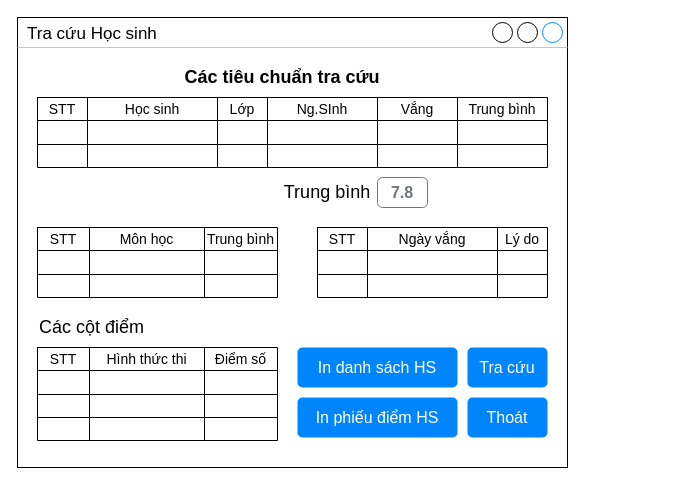
This is SE/C05-MH01.drawio from aspcorenn/docs, a draw.io file, before an edit. Source tidied: cells renumbered, new cells numbered last; positions are measured from the earlier drawing's top-left corner, leaving out a move shared by most shapes. Both pictures are drawn from the tidied source at 100%, with x=0, y=0 at pixel (17, 17).
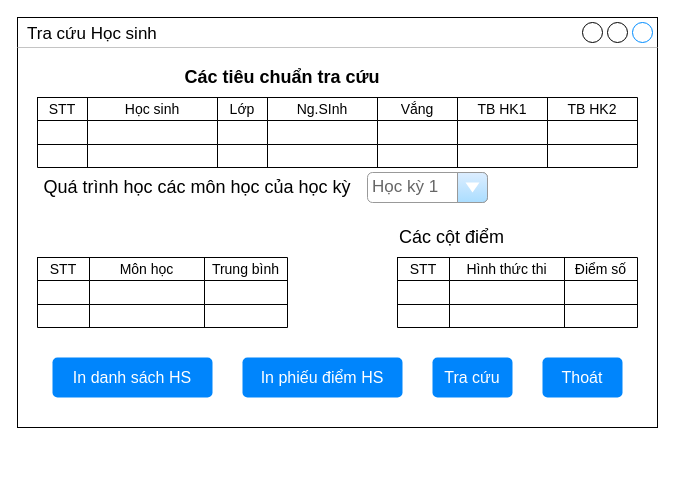
Above is the later version.

The edit, as a diff of the source:
```diff
@@
     <mxCell id="2" value="Tra cứu Học sinh" style="strokeWidth=1;shadow=0;dashed=0;align=center;html=1;shape=mxgraph.mockup.containers.window;align=left;verticalAlign=top;spacingLeft=8;strokeColor2=#008cff;strokeColor3=#c4c4c4;mainText=;fontSize=17;labelBackgroundColor=none;" parent="1" vertex="1">
-      <mxGeometry width="550" height="450" as="geometry" />
+      <mxGeometry width="640" height="410" as="geometry" />
     </mxCell>
@@
     <mxCell id="4" style="shape=table;html=1;whiteSpace=wrap;startSize=0;childLayout=tableLayout;fontSize=18;spacing=1;" parent="1" vertex="1">
-      <mxGeometry x="20" y="80" width="510" height="70" as="geometry" />
+      <mxGeometry x="20" y="80" width="600" height="70" as="geometry" />
     </mxCell>
     <mxCell id="5" style="shape=partialRectangle;html=1;whiteSpace=wrap;fillColor=none;top=0;left=0;bottom=0;right=0;" parent="4" vertex="1">
-      <mxGeometry width="510" height="23" as="geometry" />
+      <mxGeometry width="600" height="23" as="geometry" />
     </mxCell>
@@
-    <mxCell id="11" value="Trung bình" style="shape=partialRectangle;html=1;whiteSpace=wrap;fillColor=none;top=0;left=0;bottom=0;right=0;overflow=hidden;fontSize=14;" parent="5" vertex="1">
+    <mxCell id="11" value="TB HK1" style="shape=partialRectangle;html=1;whiteSpace=wrap;fillColor=none;top=0;left=0;bottom=0;right=0;overflow=hidden;fontSize=14;" parent="5" vertex="1">
       <mxGeometry x="420" width="90" height="23" as="geometry" />
     </mxCell>
+    <mxCell id="76" value="TB HK2" style="shape=partialRectangle;html=1;whiteSpace=wrap;fillColor=none;top=0;left=0;bottom=0;right=0;overflow=hidden;fontSize=14;" parent="5" vertex="1">
+      <mxGeometry x="510" width="90" height="23" as="geometry" />
+    </mxCell>
     <mxCell id="12" style="shape=partialRectangle;html=1;whiteSpace=wrap;fillColor=none;top=0;left=0;bottom=0;right=0;" parent="4" vertex="1">
-      <mxGeometry y="23" width="510" height="24" as="geometry" />
+      <mxGeometry y="23" width="600" height="24" as="geometry" />
     </mxCell>
@@
+    <mxCell id="77" style="shape=partialRectangle;html=1;whiteSpace=wrap;fillColor=none;top=0;left=0;bottom=0;right=0;overflow=hidden;" parent="12" vertex="1">
+      <mxGeometry x="510" width="90" height="24" as="geometry" />
+    </mxCell>
     <mxCell id="19" style="shape=partialRectangle;html=1;whiteSpace=wrap;fillColor=none;top=0;left=0;bottom=0;right=0;" parent="4" vertex="1">
-      <mxGeometry y="47" width="510" height="23" as="geometry" />
+      <mxGeometry y="47" width="600" height="23" as="geometry" />
     </mxCell>
@@
+    <mxCell id="78" style="shape=partialRectangle;html=1;whiteSpace=wrap;fillColor=none;top=0;left=0;bottom=0;right=0;overflow=hidden;" parent="19" vertex="1">
+      <mxGeometry x="510" width="90" height="23" as="geometry" />
+    </mxCell>
-    <mxCell id="26" value="Trung bình" style="text;html=1;strokeColor=none;fillColor=none;align=center;verticalAlign=middle;whiteSpace=wrap;rounded=0;fontSize=18;fontStyle=0;" parent="1" vertex="1">
-      <mxGeometry x="250" y="165" width="120" height="20" as="geometry" />
+    <mxCell id="26" value="Quá trình học các môn học của học kỳ" style="text;html=1;strokeColor=none;fillColor=none;align=center;verticalAlign=middle;whiteSpace=wrap;rounded=0;fontSize=18;fontStyle=0;" parent="1" vertex="1">
+      <mxGeometry x="20" y="160" width="320" height="20" as="geometry" />
     </mxCell>
-    <mxCell id="27" value="7.8" style="html=1;shadow=0;dashed=0;shape=mxgraph.bootstrap.rrect;rSize=5;strokeColor=#6C767D;strokeWidth=1;fillColor=none;fontColor=#6C767D;whiteSpace=wrap;align=center;verticalAlign=middle;spacingLeft=0;fontStyle=1;fontSize=16;spacing=5;" parent="1" vertex="1">
-      <mxGeometry x="360" y="160" width="50" height="30" as="geometry" />
-    </mxCell>
     <mxCell id="28" style="shape=table;html=1;whiteSpace=wrap;startSize=0;childLayout=tableLayout;fontSize=18;spacing=1;" parent="1" vertex="1">
-      <mxGeometry x="20" y="210" width="240" height="70" as="geometry" />
+      <mxGeometry x="20" y="240" width="250" height="70" as="geometry" />
     </mxCell>
     <mxCell id="29" style="shape=partialRectangle;html=1;whiteSpace=wrap;fillColor=none;top=0;left=0;bottom=0;right=0;" parent="28" vertex="1">
-      <mxGeometry width="240" height="23" as="geometry" />
+      <mxGeometry width="250" height="23" as="geometry" />
     </mxCell>
@@
     <mxCell id="32" value="Trung bình" style="shape=partialRectangle;html=1;whiteSpace=wrap;fillColor=none;top=0;left=0;bottom=0;right=0;overflow=hidden;fontSize=14;" parent="29" vertex="1">
-      <mxGeometry x="167" width="73" height="23" as="geometry" />
+      <mxGeometry x="167" width="83" height="23" as="geometry" />
     </mxCell>
     <mxCell id="33" style="shape=partialRectangle;html=1;whiteSpace=wrap;fillColor=none;top=0;left=0;bottom=0;right=0;" parent="28" vertex="1">
-      <mxGeometry y="23" width="240" height="24" as="geometry" />
+      <mxGeometry y="23" width="250" height="24" as="geometry" />
     </mxCell>
@@
     <mxCell id="36" style="shape=partialRectangle;html=1;whiteSpace=wrap;fillColor=none;top=0;left=0;bottom=0;right=0;overflow=hidden;" parent="33" vertex="1">
-      <mxGeometry x="167" width="73" height="24" as="geometry" />
+      <mxGeometry x="167" width="83" height="24" as="geometry" />
     </mxCell>
     <mxCell id="37" style="shape=partialRectangle;html=1;whiteSpace=wrap;fillColor=none;top=0;left=0;bottom=0;right=0;" parent="28" vertex="1">
-      <mxGeometry y="47" width="240" height="23" as="geometry" />
+      <mxGeometry y="47" width="250" height="23" as="geometry" />
     </mxCell>
@@
     <mxCell id="40" style="shape=partialRectangle;html=1;whiteSpace=wrap;fillColor=none;top=0;left=0;bottom=0;right=0;overflow=hidden;" parent="37" vertex="1">
-      <mxGeometry x="167" width="73" height="23" as="geometry" />
+      <mxGeometry x="167" width="83" height="23" as="geometry" />
     </mxCell>
-    <mxCell id="41" style="shape=table;html=1;whiteSpace=wrap;startSize=0;childLayout=tableLayout;fontSize=18;spacing=1;" parent="1" vertex="1">
-      <mxGeometry x="300" y="210" width="230" height="70" as="geometry" />
-    </mxCell>
-    <mxCell id="42" style="shape=partialRectangle;html=1;whiteSpace=wrap;fillColor=none;top=0;left=0;bottom=0;right=0;" parent="41" vertex="1">
-      <mxGeometry width="230" height="23" as="geometry" />
-    </mxCell>
-    <mxCell id="43" value="STT" style="shape=partialRectangle;html=1;whiteSpace=wrap;fillColor=none;top=0;left=0;bottom=0;right=0;overflow=hidden;fontSize=14;" parent="42" vertex="1">
-      <mxGeometry width="50" height="23" as="geometry" />
-    </mxCell>
-    <mxCell id="44" value="Ngày vắng" style="shape=partialRectangle;html=1;whiteSpace=wrap;fillColor=none;top=0;left=0;bottom=0;right=0;overflow=hidden;fontSize=14;" parent="42" vertex="1">
-      <mxGeometry x="50" width="130" height="23" as="geometry" />
-    </mxCell>
-    <mxCell id="45" value="Lý do" style="shape=partialRectangle;html=1;whiteSpace=wrap;fillColor=none;top=0;left=0;bottom=0;right=0;overflow=hidden;fontSize=14;" parent="42" vertex="1">
-      <mxGeometry x="180" width="50" height="23" as="geometry" />
-    </mxCell>
-    <mxCell id="46" style="shape=partialRectangle;html=1;whiteSpace=wrap;fillColor=none;top=0;left=0;bottom=0;right=0;" parent="41" vertex="1">
-      <mxGeometry y="23" width="230" height="24" as="geometry" />
-    </mxCell>
-    <mxCell id="47" style="shape=partialRectangle;html=1;whiteSpace=wrap;fillColor=none;top=0;left=0;bottom=0;right=0;overflow=hidden;" parent="46" vertex="1">
-      <mxGeometry width="50" height="24" as="geometry" />
-    </mxCell>
-    <mxCell id="48" style="shape=partialRectangle;html=1;whiteSpace=wrap;fillColor=none;top=0;left=0;bottom=0;right=0;overflow=hidden;" parent="46" vertex="1">
-      <mxGeometry x="50" width="130" height="24" as="geometry" />
-    </mxCell>
-    <mxCell id="49" style="shape=partialRectangle;html=1;whiteSpace=wrap;fillColor=none;top=0;left=0;bottom=0;right=0;overflow=hidden;" parent="46" vertex="1">
-      <mxGeometry x="180" width="50" height="24" as="geometry" />
-    </mxCell>
-    <mxCell id="50" style="shape=partialRectangle;html=1;whiteSpace=wrap;fillColor=none;top=0;left=0;bottom=0;right=0;" parent="41" vertex="1">
-      <mxGeometry y="47" width="230" height="23" as="geometry" />
-    </mxCell>
-    <mxCell id="51" style="shape=partialRectangle;html=1;whiteSpace=wrap;fillColor=none;top=0;left=0;bottom=0;right=0;overflow=hidden;" parent="50" vertex="1">
-      <mxGeometry width="50" height="23" as="geometry" />
-    </mxCell>
-    <mxCell id="52" style="shape=partialRectangle;html=1;whiteSpace=wrap;fillColor=none;top=0;left=0;bottom=0;right=0;overflow=hidden;" parent="50" vertex="1">
-      <mxGeometry x="50" width="130" height="23" as="geometry" />
-    </mxCell>
-    <mxCell id="53" style="shape=partialRectangle;html=1;whiteSpace=wrap;fillColor=none;top=0;left=0;bottom=0;right=0;overflow=hidden;" parent="50" vertex="1">
-      <mxGeometry x="180" width="50" height="23" as="geometry" />
-    </mxCell>
     <mxCell id="54" style="shape=table;html=1;whiteSpace=wrap;startSize=0;childLayout=tableLayout;fontSize=18;spacing=1;" parent="1" vertex="1">
-      <mxGeometry x="20" y="330" width="240" height="93" as="geometry" />
+      <mxGeometry x="380" y="240" width="240" height="70" as="geometry" />
     </mxCell>
@@
-    <mxCell id="67" style="shape=partialRectangle;html=1;whiteSpace=wrap;fillColor=none;top=0;left=0;bottom=0;right=0;" parent="54" vertex="1">
-      <mxGeometry y="70" width="240" height="23" as="geometry" />
-    </mxCell>
-    <mxCell id="68" style="shape=partialRectangle;html=1;whiteSpace=wrap;fillColor=none;top=0;left=0;bottom=0;right=0;overflow=hidden;" parent="67" vertex="1">
-      <mxGeometry width="52" height="23" as="geometry" />
-    </mxCell>
-    <mxCell id="69" style="shape=partialRectangle;html=1;whiteSpace=wrap;fillColor=none;top=0;left=0;bottom=0;right=0;overflow=hidden;" parent="67" vertex="1">
-      <mxGeometry x="52" width="115" height="23" as="geometry" />
-    </mxCell>
-    <mxCell id="70" style="shape=partialRectangle;html=1;whiteSpace=wrap;fillColor=none;top=0;left=0;bottom=0;right=0;overflow=hidden;" parent="67" vertex="1">
-      <mxGeometry x="167" width="73" height="23" as="geometry" />
-    </mxCell>
     <mxCell id="71" value="Các cột điểm" style="text;html=1;strokeColor=none;fillColor=none;align=left;verticalAlign=middle;whiteSpace=wrap;rounded=0;fontSize=18;fontStyle=0;" parent="1" vertex="1">
-      <mxGeometry x="20" y="300" width="120" height="20" as="geometry" />
+      <mxGeometry x="380" y="210" width="120" height="20" as="geometry" />
     </mxCell>
     <mxCell id="72" value="In danh sách HS" style="html=1;shadow=0;dashed=0;shape=mxgraph.bootstrap.rrect;rSize=5;strokeColor=none;strokeWidth=1;fillColor=#0085FC;fontColor=#FFFFFF;whiteSpace=wrap;align=center;verticalAlign=middle;spacingLeft=0;fontStyle=0;fontSize=16;spacing=5;" parent="1" vertex="1">
-      <mxGeometry x="280" y="330" width="160" height="40" as="geometry" />
+      <mxGeometry x="35" y="340" width="160" height="40" as="geometry" />
     </mxCell>
     <mxCell id="73" value="Tra cứu" style="html=1;shadow=0;dashed=0;shape=mxgraph.bootstrap.rrect;rSize=5;strokeColor=none;strokeWidth=1;fillColor=#0085FC;fontColor=#FFFFFF;whiteSpace=wrap;align=center;verticalAlign=middle;spacingLeft=0;fontStyle=0;fontSize=16;spacing=5;" parent="1" vertex="1">
-      <mxGeometry x="450" y="330" width="80" height="40" as="geometry" />
+      <mxGeometry x="415" y="340" width="80" height="40" as="geometry" />
     </mxCell>
     <mxCell id="74" value="In phiếu điểm HS" style="html=1;shadow=0;dashed=0;shape=mxgraph.bootstrap.rrect;rSize=5;strokeColor=none;strokeWidth=1;fillColor=#0085FC;fontColor=#FFFFFF;whiteSpace=wrap;align=center;verticalAlign=middle;spacingLeft=0;fontStyle=0;fontSize=16;spacing=5;" parent="1" vertex="1">
-      <mxGeometry x="280" y="380" width="160" height="40" as="geometry" />
+      <mxGeometry x="225" y="340" width="160" height="40" as="geometry" />
     </mxCell>
     <mxCell id="75" value="Thoát" style="html=1;shadow=0;dashed=0;shape=mxgraph.bootstrap.rrect;rSize=5;strokeColor=none;strokeWidth=1;fillColor=#0085FC;fontColor=#FFFFFF;whiteSpace=wrap;align=center;verticalAlign=middle;spacingLeft=0;fontStyle=0;fontSize=16;spacing=5;" parent="1" vertex="1">
-      <mxGeometry x="450" y="380" width="80" height="40" as="geometry" />
+      <mxGeometry x="525" y="340" width="80" height="40" as="geometry" />
     </mxCell>
+    <mxCell id="79" value="Học kỳ 1" style="strokeWidth=1;shadow=0;dashed=0;align=center;html=1;shape=mxgraph.mockup.forms.comboBox;strokeColor=#999999;fillColor=#ddeeff;align=left;fillColor2=#aaddff;mainText=;fontColor=#666666;fontSize=17;spacingLeft=3;" parent="1" vertex="1">
+      <mxGeometry x="350" y="155" width="120" height="30" as="geometry" />
+    </mxCell>
```
